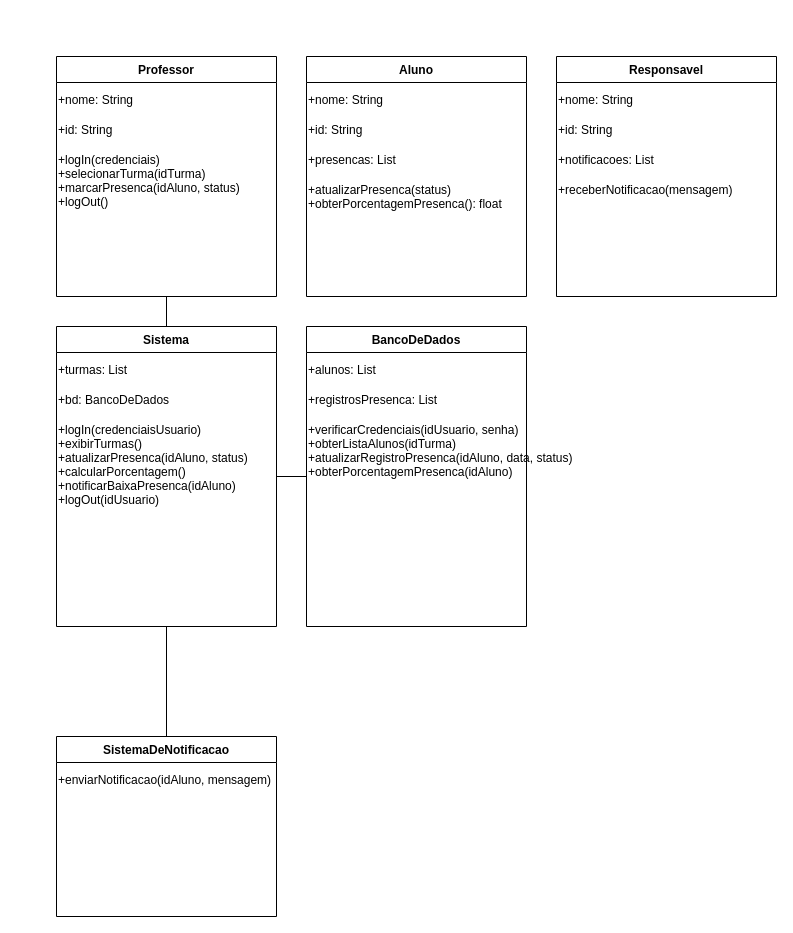
Above: Diagramas/Diagrama sem nome.drawio in cc4semestre/projeto (draw.io), before the change. Source tidied: cells renumbered, new cells numbered last; positions are measured from the earlier drawing's top-left corner, leaving out a move shared by most shapes. Both pictures are drawn from the tidied source at 100%, with x=0, y=0 at pixel (56, 56).
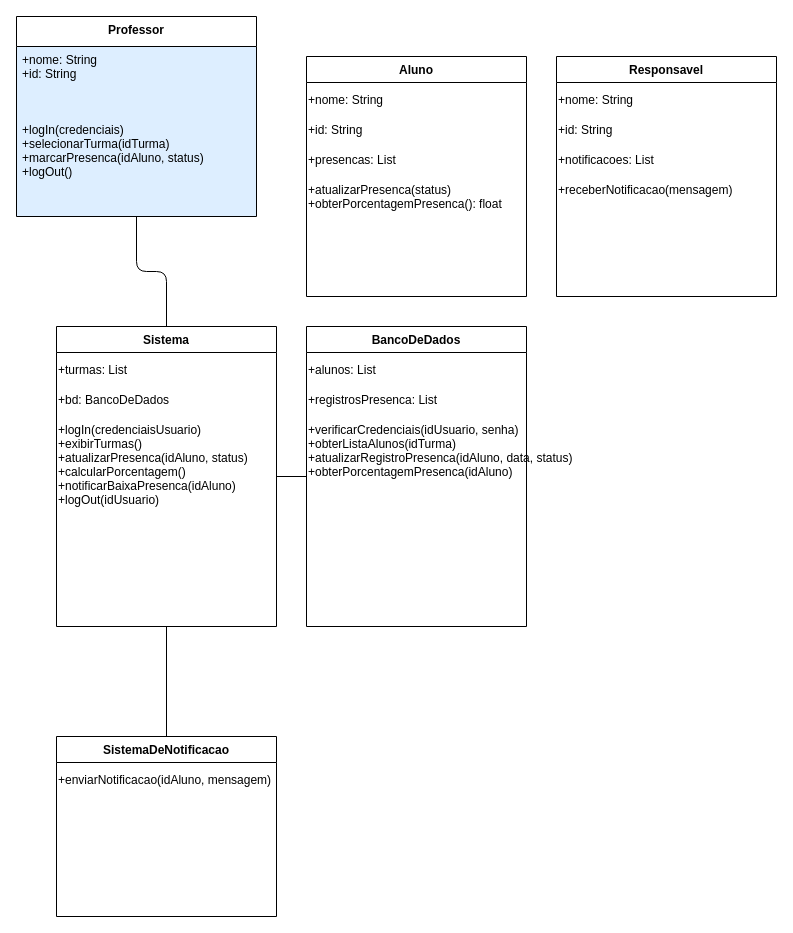
Above is the later version.

The edit, as a diff of the source:
```diff
@@
-    <mxCell id="2" value="Professor" style="swimlane;startSize=26;" parent="1" vertex="1">
-      <mxGeometry width="220" height="240" as="geometry" />
+    <mxCell id="2" value="Professor" style="swimlane;startSize=30;horizontal=1;swimlaneFillColor=#DDEEFF;fillColor=#FFFFFF;strokeColor=#000000;verticalAlign=top;align=center;" parent="1" vertex="1">
+      <mxGeometry x="-40" y="-40" width="240" height="200" as="geometry" />
     </mxCell>
-    <mxCell id="3" value="+nome: String" style="text;" parent="2" vertex="1">
-      <mxGeometry y="30" height="26" as="geometry" />
-    </mxCell>
-    <mxCell id="4" value="+id: String" style="text;" parent="2" vertex="1">
-      <mxGeometry y="60" height="26" as="geometry" />
-    </mxCell>
+    <mxCell id="29" value="+nome: String&#10;+id: String" style="text;spacingLeft=4;" parent="2" vertex="1">
+      <mxGeometry y="30" height="60" as="geometry" />
+    </mxCell>
+    <mxCell id="30" style="line;strokeWidth=2;" parent="2" vertex="1">
+      <mxGeometry y="90" height="10" as="geometry" />
+    </mxCell>
-    <mxCell id="5" value="+logIn(credenciais)&#10;+selecionarTurma(idTurma)&#10;+marcarPresenca(idAluno, status)&#10;+logOut()" style="text;" parent="2" vertex="1">
-      <mxGeometry y="90" height="150" as="geometry" />
+    <mxCell id="5" value="+logIn(credenciais)&#10;+selecionarTurma(idTurma)&#10;+marcarPresenca(idAluno, status)&#10;+logOut()" style="text;spacingLeft=4;" parent="2" vertex="1">
+      <mxGeometry y="100" height="100" as="geometry" />
     </mxCell>
@@
+    <mxCell id="31" style="line;strokeWidth=2;" parent="2" vertex="1">
+      <mxGeometry y="90" height="10" as="geometry" />
+    </mxCell>
@@
+    <mxCell id="32" style="line;strokeWidth=2;" parent="2" vertex="1">
+      <mxGeometry y="90" height="10" as="geometry" />
+    </mxCell>
@@
+    <mxCell id="33" style="line;strokeWidth=2;" parent="2" vertex="1">
+      <mxGeometry y="90" height="10" as="geometry" />
+    </mxCell>
@@
+    <mxCell id="34" style="line;strokeWidth=2;" parent="2" vertex="1">
+      <mxGeometry y="90" height="10" as="geometry" />
+    </mxCell>
@@
+    <mxCell id="35" style="line;strokeWidth=2;" parent="2" vertex="1">
+      <mxGeometry y="90" height="10" as="geometry" />
+    </mxCell>
```
